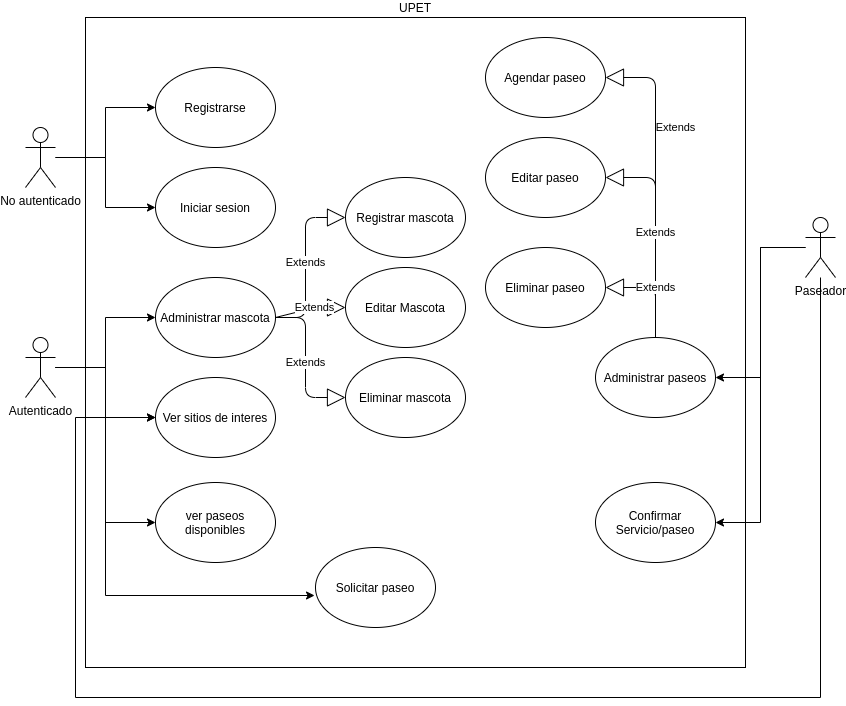
Before: DocumentacionUpet/casosdeusoupet.png, a diagram exported from draw.io (compumovil2020/UPet). Source tidied: cells renumbered, new cells last; positions are measured from the earlier drawing's top-left corner, leaving out a move shared by most shapes.
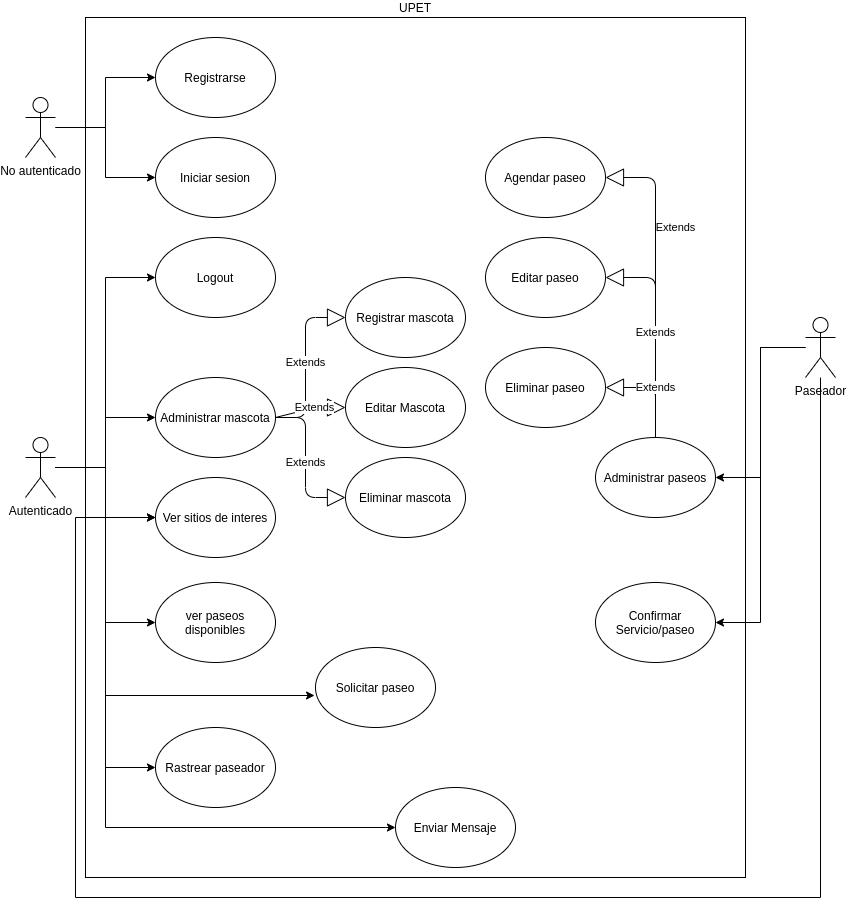
The same diagram one commit later.

What changed in the source:
```diff
@@ -3,7 +3,7 @@
     <mxCell id="0" />
     <mxCell id="1" parent="0" />
     <mxCell id="2" value="UPET" style="rounded=0;whiteSpace=wrap;html=1;labelPosition=center;verticalLabelPosition=top;align=center;verticalAlign=bottom;" parent="1" vertex="1">
-      <mxGeometry x="60" width="660" height="650" as="geometry" />
+      <mxGeometry x="60" y="-100" width="660" height="860" as="geometry" />
     </mxCell>
     <mxCell id="3" style="edgeStyle=orthogonalEdgeStyle;rounded=0;jettySize=auto;html=1;" parent="1" edge="1" source="5" target="11">
       <mxGeometry relative="1" as="geometry" />
@@ -12,7 +12,7 @@
       <mxGeometry relative="1" as="geometry" />
     </mxCell>
     <mxCell id="5" value="No autenticado" style="shape=umlActor;verticalLabelPosition=bottom;verticalAlign=top;html=1;outlineConnect=0;" parent="1" vertex="1">
-      <mxGeometry y="110" width="30" height="60" as="geometry" />
+      <mxGeometry y="-20" width="30" height="60" as="geometry" />
     </mxCell>
     <mxCell id="6" style="edgeStyle=orthogonalEdgeStyle;rounded=0;jettySize=auto;html=1;" parent="1" edge="1" source="10" target="14">
       <mxGeometry relative="1" as="geometry" />
@@ -31,14 +31,29 @@
         </Array>
       </mxGeometry>
     </mxCell>
+    <mxCell id="35" style="edgeStyle=orthogonalEdgeStyle;rounded=0;jettySize=auto;html=1;entryX=0;entryY=0.5;entryDx=0;entryDy=0;" parent="1" edge="1" source="10" target="38">
+      <mxGeometry relative="1" as="geometry" />
+    </mxCell>
+    <mxCell id="36" style="edgeStyle=orthogonalEdgeStyle;rounded=0;jettySize=auto;html=1;entryX=0;entryY=0.5;entryDx=0;entryDy=0;" parent="1" edge="1" source="10" target="39">
+      <mxGeometry relative="1" as="geometry" />
+    </mxCell>
+    <mxCell id="37" style="edgeStyle=orthogonalEdgeStyle;rounded=0;jettySize=auto;html=1;entryX=0;entryY=0.5;entryDx=0;entryDy=0;" parent="1" edge="1" source="10" target="40">
+      <mxGeometry relative="1" as="geometry">
+        <Array as="points">
+          <mxPoint x="80" y="350" />
+          <mxPoint x="80" y="710" />
+          <mxPoint x="360" y="710" />
+        </Array>
+      </mxGeometry>
+    </mxCell>
     <mxCell id="10" value="Autenticado" style="shape=umlActor;verticalLabelPosition=bottom;verticalAlign=top;html=1;outlineConnect=0;" parent="1" vertex="1">
       <mxGeometry y="320" width="30" height="60" as="geometry" />
     </mxCell>
     <mxCell id="11" value="Registrarse" style="ellipse;whiteSpace=wrap;html=1;" parent="1" vertex="1">
-      <mxGeometry x="130" y="50" width="120" height="80" as="geometry" />
+      <mxGeometry x="130" y="-80" width="120" height="80" as="geometry" />
     </mxCell>
     <mxCell id="12" value="Iniciar sesion" style="ellipse;whiteSpace=wrap;html=1;" parent="1" vertex="1">
-      <mxGeometry x="130" y="150" width="120" height="80" as="geometry" />
+      <mxGeometry x="130" y="20" width="120" height="80" as="geometry" />
     </mxCell>
     <mxCell id="13" value="Registrar mascota" style="ellipse;whiteSpace=wrap;html=1;" parent="1" vertex="1">
       <mxGeometry x="320" y="160" width="120" height="80" as="geometry" />
@@ -90,8 +105,8 @@
     <mxCell id="24" style="edgeStyle=orthogonalEdgeStyle;rounded=0;jettySize=auto;html=1;" parent="1" edge="1" source="25" target="14">
       <mxGeometry relative="1" as="geometry">
         <Array as="points">
-          <mxPoint x="795" y="680" />
-          <mxPoint x="50" y="680" />
+          <mxPoint x="795" y="780" />
+          <mxPoint x="50" y="780" />
           <mxPoint x="50" y="400" />
         </Array>
       </mxGeometry>
@@ -138,5 +153,14 @@
         </Array>
       </mxGeometry>
     </mxCell>
+    <mxCell id="38" value="Logout" style="ellipse;whiteSpace=wrap;html=1;" parent="1" vertex="1">
+      <mxGeometry x="130" y="120" width="120" height="80" as="geometry" />
+    </mxCell>
+    <mxCell id="39" value="Rastrear paseador" style="ellipse;whiteSpace=wrap;html=1;" parent="1" vertex="1">
+      <mxGeometry x="130" y="610" width="120" height="80" as="geometry" />
+    </mxCell>
+    <mxCell id="40" value="Enviar Mensaje" style="ellipse;whiteSpace=wrap;html=1;" parent="1" vertex="1">
+      <mxGeometry x="370" y="670" width="120" height="80" as="geometry" />
+    </mxCell>
   </root>
 </mxGraphModel>
```
